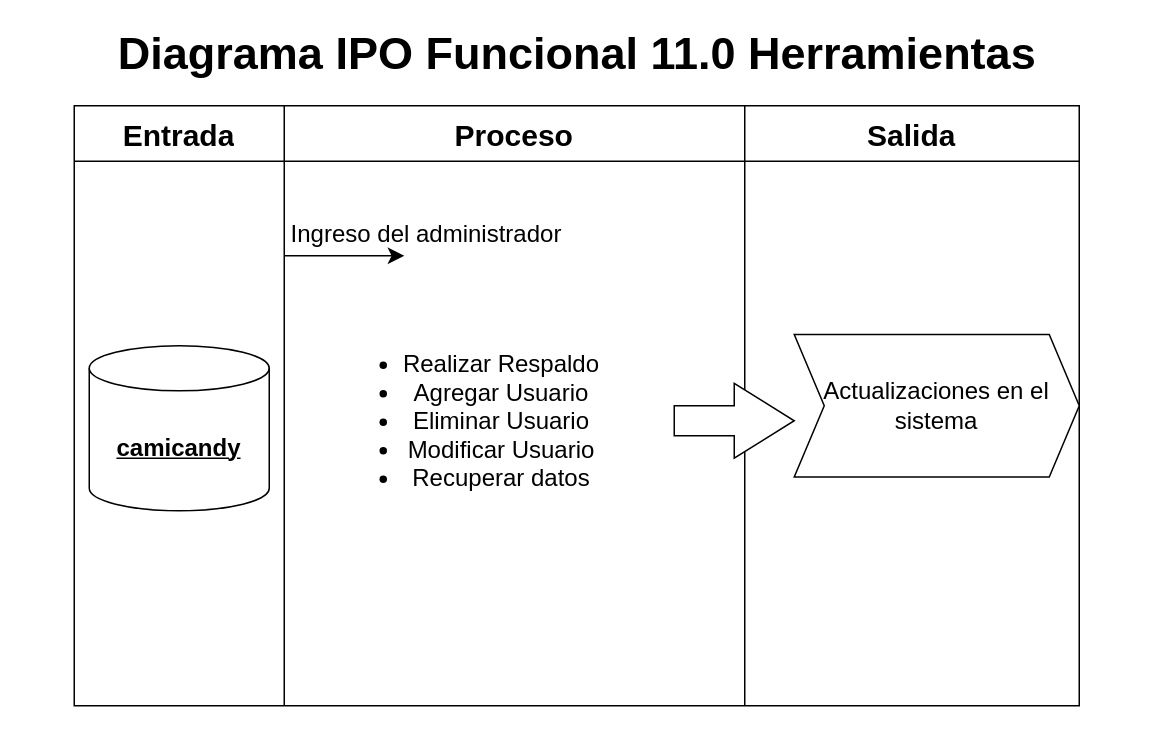
This is page "11.0 - Herramientas" (9 of 10) of Documentos/Diagramas_HIPO/HIPO_Funcionales.drawio from jurdanetac/ingsoftware, a draw.io file, before an edit. Source tidied: cells renumbered, new cells numbered last; positions are measured from the earlier drawing's top-left corner, leaving out a move shared by most shapes. Both pictures are drawn from the tidied source at 150%, with x=0, y=0 at pixel (26, 30).
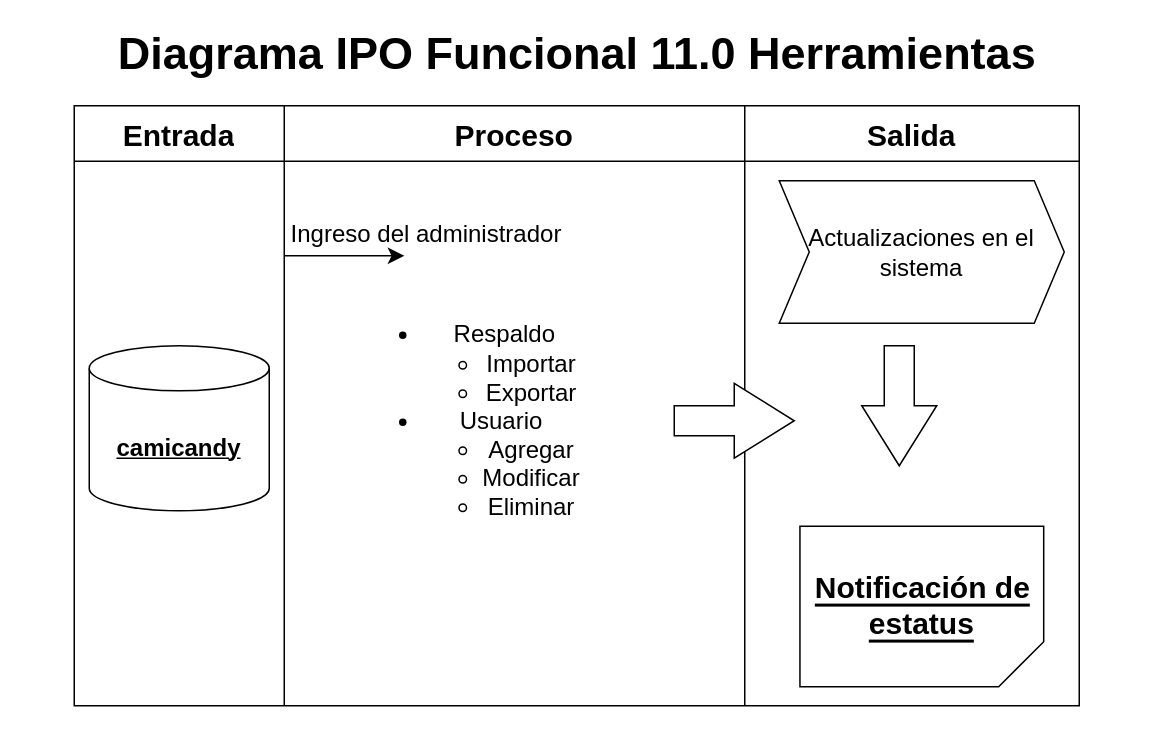
After the change.

Change to the diagram source:
```diff
@@
     <mxCell id="15" value="&lt;font style=&quot;font-size: 16px;&quot;&gt;Actualizaciones en el sistema&lt;/font&gt;" style="shape=step;perimeter=stepPerimeter;whiteSpace=wrap;html=1;fixedSize=1;" parent="1" vertex="1">
-      <mxGeometry x="512" y="202.5" width="190" height="95" as="geometry" />
+      <mxGeometry x="502" y="100" width="190" height="95" as="geometry" />
     </mxCell>
@@
-    <mxCell id="17" value="&lt;ul&gt;&lt;li&gt;Realizar Respaldo&lt;/li&gt;&lt;li&gt;Agregar Usuario&lt;/li&gt;&lt;li&gt;Eliminar Usuario&lt;/li&gt;&lt;li&gt;Modificar Usuario&lt;/li&gt;&lt;li&gt;Recuperar datos&lt;/li&gt;&lt;/ul&gt;" style="text;html=1;align=center;verticalAlign=middle;whiteSpace=wrap;rounded=0;fontSize=16;" parent="1" vertex="1">
+    <mxCell id="17" value="&lt;ul&gt;&lt;li&gt;&amp;nbsp;Respaldo&lt;/li&gt;&lt;ul&gt;&lt;li&gt;Importar&lt;/li&gt;&lt;li&gt;Exportar&lt;/li&gt;&lt;/ul&gt;&lt;li&gt;Usuario&lt;/li&gt;&lt;ul&gt;&lt;li&gt;Agregar&lt;/li&gt;&lt;li&gt;Modificar&lt;/li&gt;&lt;li&gt;Eliminar&lt;/li&gt;&lt;/ul&gt;&lt;/ul&gt;" style="text;html=1;align=center;verticalAlign=middle;whiteSpace=wrap;rounded=0;fontSize=16;" parent="1" vertex="1">
       <mxGeometry x="162" y="160" width="270" height="200" as="geometry" />
     </mxCell>
+    <mxCell id="18" style="html=1;shadow=0;dashed=0;align=center;verticalAlign=middle;shape=mxgraph.arrows2.arrow;dy=0.6;dx=40;notch=0;rotation=90;" parent="1" vertex="1">
+      <mxGeometry x="542" y="225" width="80" height="50" as="geometry" />
+    </mxCell>
+    <mxCell id="19" value="&lt;span style=&quot;font-size: 20px;&quot;&gt;&lt;b&gt;&lt;u&gt;Notificación de estatus&lt;/u&gt;&lt;/b&gt;&lt;/span&gt;" style="shape=card;whiteSpace=wrap;html=1;rotation=-90;shadow=0;rounded=0;flipV=1;textDirection=vertical-rl;" parent="1" vertex="1">
+      <mxGeometry x="543.6" y="302.6" width="106.9" height="162.5" as="geometry" />
+    </mxCell>
```
